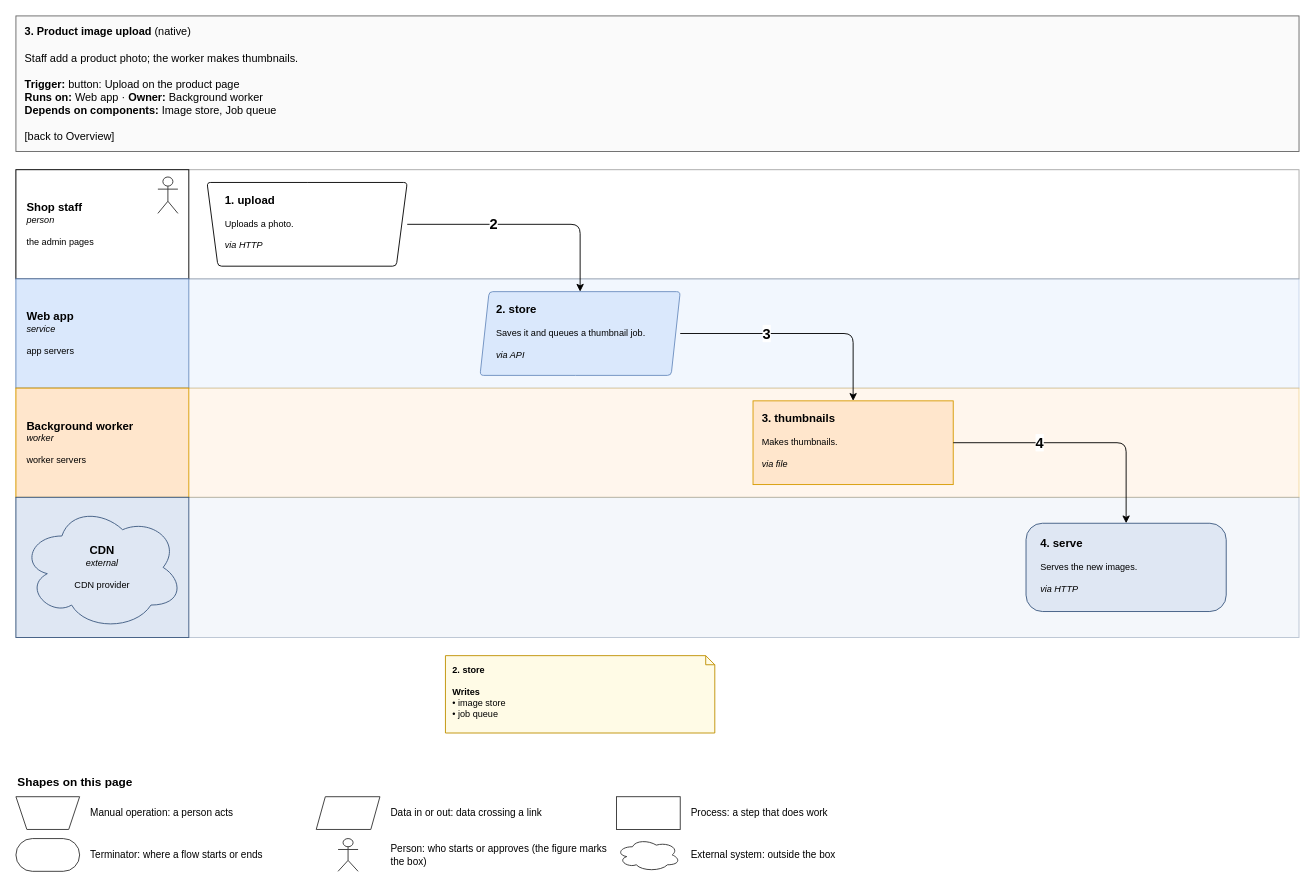
amalikn/skills_stuff keeps this draw.io diagram as page "3. Product image upload" (5 of 7) of specialists/platform/skill-drawio/examples/shop/drawio/flows.drawio. Above is the earlier version. Source tidied: cells renumbered, new cells numbered last; positions are measured from the earlier drawing's top-left corner, leaving out a move shared by most shapes. Both pictures are drawn from the tidied source at 91%, with x=0, y=0 at pixel (15, 15).
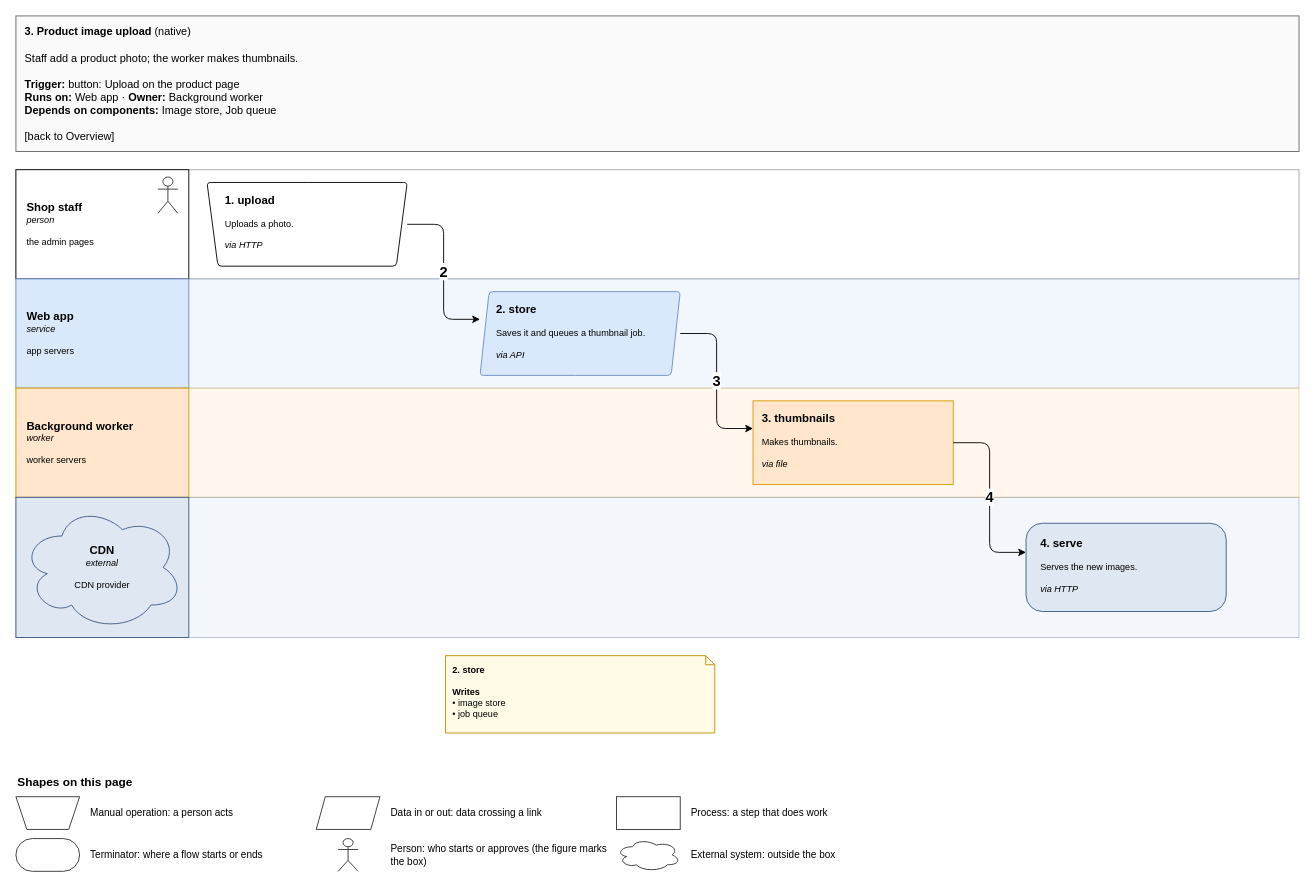
The same page after the edit.

The change refers to these unchanged cells:
```xml
<mxCell id="13" value="&lt;span style=&quot;font-size:125%&quot;&gt;&lt;b&gt;1. upload&lt;/b&gt;&lt;/span&gt;&lt;br&gt; &lt;br&gt;Uploads a photo.&lt;br&gt; &lt;br&gt;&lt;i&gt;via HTTP&lt;/i&gt;" style="rounded=1;whiteSpace=wrap;html=1;fillColor=#ffffff;strokeColor=#000000;fontSize=11;arcSize=8;fontSize=10;align=left;verticalAlign=top;spacingLeft=8;spacingRight=6;spacingTop=6;shape=trapezoid;perimeter=trapezoidPerimeter;flipV=1;fixedSize=1;size=12;spacingLeft=18;spacingRight=18;" parent="1" vertex="1">
  <mxGeometry x="210" y="183" width="220" height="92" as="geometry" />
</mxCell>
<mxCell id="14" value="&lt;span style=&quot;font-size:125%&quot;&gt;&lt;b&gt;2. store&lt;/b&gt;&lt;/span&gt;&lt;br&gt; &lt;br&gt;Saves it and queues a thumbnail job.&lt;br&gt; &lt;br&gt;&lt;i&gt;via API&lt;/i&gt;" style="rounded=1;whiteSpace=wrap;html=1;fillColor=#dae8fc;strokeColor=#6c8ebf;fontSize=11;arcSize=8;fontSize=10;align=left;verticalAlign=top;spacingLeft=8;spacingRight=6;spacingTop=6;shape=parallelogram;perimeter=parallelogramPerimeter;fixedSize=1;size=10;spacingLeft=16;spacingRight=16;" parent="1" vertex="1">
  <mxGeometry x="510" y="303" width="220" height="92" as="geometry" />
</mxCell>
<mxCell id="16" value="&lt;span style=&quot;font-size:125%&quot;&gt;&lt;b&gt;3. thumbnails&lt;/b&gt;&lt;/span&gt;&lt;br&gt; &lt;br&gt;Makes thumbnails.&lt;br&gt; &lt;br&gt;&lt;i&gt;via file&lt;/i&gt;" style="rounded=1;whiteSpace=wrap;html=1;fillColor=#ffe6cc;strokeColor=#d79b00;fontSize=11;arcSize=8;fontSize=10;align=left;verticalAlign=top;spacingLeft=8;spacingRight=6;spacingTop=6;rounded=0;" parent="1" vertex="1">
  <mxGeometry x="810" y="423" width="220" height="92" as="geometry" />
</mxCell>
<mxCell id="17" value="&lt;span style=&quot;font-size:125%&quot;&gt;&lt;b&gt;4. serve&lt;/b&gt;&lt;/span&gt;&lt;br&gt; &lt;br&gt;Serves the new images.&lt;br&gt; &lt;br&gt;&lt;i&gt;via HTTP&lt;/i&gt;" style="rounded=1;whiteSpace=wrap;html=1;fillColor=#dfe7f3;strokeColor=#3d5a80;fontSize=11;arcSize=8;fontSize=10;align=left;verticalAlign=top;spacingLeft=8;spacingRight=6;spacingTop=6;rounded=1;absoluteArcSize=1;arcSize=36;spacingLeft=14;spacingRight=12;spacingTop=8;" parent="1" vertex="1">
  <mxGeometry x="1110" y="557.5" width="220" height="97" as="geometry" />
</mxCell>
```

The edit, as a diff of the source:
```diff
@@
-    <mxCell id="31" style="edgeStyle=none;rounded=1;html=1;endArrow=classic;endFill=1;jumpStyle=arc;jumpSize=6;strokeColor=#000000;exitX=1;exitY=0.5;entryX=0.5;entryY=0;exitPerimeter=0;entryPerimeter=0;" parent="1" edge="1" source="13" target="14">
+    <mxCell id="31" style="edgeStyle=none;rounded=1;html=1;endArrow=classic;endFill=1;jumpStyle=arc;jumpSize=6;strokeColor=#000000;exitX=1;exitY=0.5;entryX=0;entryY=0.3304;exitPerimeter=0;entryPerimeter=0;" parent="1" edge="1" source="13" target="14">
       <mxGeometry relative="1" as="geometry">
         <Array as="points">
-          <mxPoint x="620" y="229" />
+          <mxPoint x="470" y="229" />
+          <mxPoint x="470" y="333.4" />
         </Array>
       </mxGeometry>
     </mxCell>
     <mxCell id="32" value="&lt;b&gt;2&lt;/b&gt;" style="text;html=1;align=center;verticalAlign=middle;fontSize=16;fontStyle=1;labelBackgroundColor=#ffffff;fontColor=#000000;" parent="1" vertex="1">
-      <mxGeometry x="511.5" y="218" width="27" height="22" as="geometry" />
+      <mxGeometry x="456.5" y="270.2" width="27" height="22" as="geometry" />
     </mxCell>
-    <mxCell id="33" style="edgeStyle=none;rounded=1;html=1;endArrow=classic;endFill=1;jumpStyle=arc;jumpSize=6;strokeColor=#000000;exitX=1;exitY=0.5;entryX=0.5;entryY=0;exitPerimeter=0;entryPerimeter=0;" parent="1" edge="1" source="14" target="16">
+    <mxCell id="33" style="edgeStyle=none;rounded=1;html=1;endArrow=classic;endFill=1;jumpStyle=arc;jumpSize=6;strokeColor=#000000;exitX=1;exitY=0.5;entryX=0;entryY=0.3304;exitPerimeter=0;entryPerimeter=0;" parent="1" edge="1" source="14" target="16">
       <mxGeometry relative="1" as="geometry">
         <Array as="points">
-          <mxPoint x="920" y="349" />
+          <mxPoint x="770" y="349" />
+          <mxPoint x="770" y="453.4" />
         </Array>
       </mxGeometry>
     </mxCell>
     <mxCell id="34" value="&lt;b&gt;3&lt;/b&gt;" style="text;html=1;align=center;verticalAlign=middle;fontSize=16;fontStyle=1;labelBackgroundColor=#ffffff;fontColor=#000000;" parent="1" vertex="1">
-      <mxGeometry x="811.5" y="338" width="27" height="22" as="geometry" />
+      <mxGeometry x="756.5" y="390.2" width="27" height="22" as="geometry" />
     </mxCell>
-    <mxCell id="35" style="edgeStyle=none;rounded=1;html=1;endArrow=classic;endFill=1;jumpStyle=arc;jumpSize=6;strokeColor=#000000;exitX=1;exitY=0.5;entryX=0.5;entryY=0;exitPerimeter=0;entryPerimeter=0;" parent="1" edge="1" source="16" target="17">
+    <mxCell id="35" style="edgeStyle=none;rounded=1;html=1;endArrow=classic;endFill=1;jumpStyle=arc;jumpSize=6;strokeColor=#000000;exitX=1;exitY=0.5;entryX=0;entryY=0.3299;exitPerimeter=0;entryPerimeter=0;" parent="1" edge="1" source="16" target="17">
       <mxGeometry relative="1" as="geometry">
         <Array as="points">
-          <mxPoint x="1220" y="469" />
+          <mxPoint x="1070" y="469" />
+          <mxPoint x="1070" y="589.5" />
         </Array>
       </mxGeometry>
     </mxCell>
     <mxCell id="36" value="&lt;b&gt;4&lt;/b&gt;" style="text;html=1;align=center;verticalAlign=middle;fontSize=16;fontStyle=1;labelBackgroundColor=#ffffff;fontColor=#000000;" parent="1" vertex="1">
-      <mxGeometry x="1111.5" y="458" width="27" height="22" as="geometry" />
+      <mxGeometry x="1056.5" y="518.3" width="27" height="22" as="geometry" />
     </mxCell>
```
